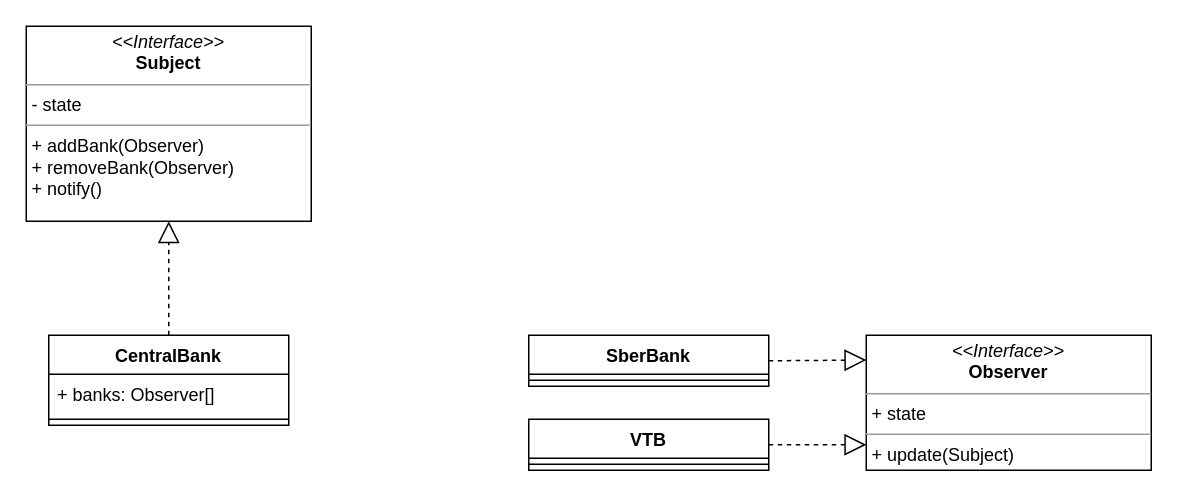
BorisBelovA/IIS-Lectures keeps this draw.io diagram as Patterns/Observer/Observer class diagramm.drawio. Above is the earlier version. Source tidied: cells renumbered, new cells numbered last; positions are measured from the earlier drawing's top-left corner, leaving out a move shared by most shapes. Both pictures are drawn from the tidied source at 150%, with x=0, y=0 at pixel (26, 26).
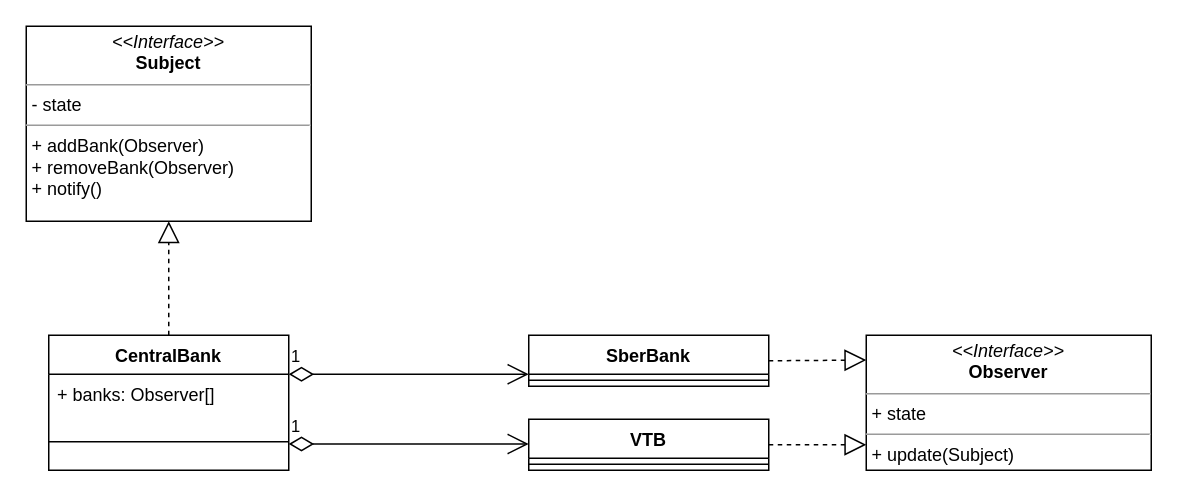
The same page after the edit.

Commit message:
Обновлена диаграмма классов

Change to the diagram source:
```diff
@@
 <mxGraphModel background="#ffffff">
   <root>
     <mxCell id="0" />
     <mxCell id="1" parent="0" />
     <mxCell id="2" value="&lt;p style=&quot;margin: 0px ; margin-top: 4px ; text-align: center&quot;&gt;&lt;i&gt;&amp;lt;&amp;lt;Interface&amp;gt;&amp;gt;&lt;/i&gt;&lt;br&gt;&lt;b&gt;Subject&lt;/b&gt;&lt;/p&gt;&lt;hr size=&quot;1&quot;&gt;&lt;p style=&quot;margin: 0px ; margin-left: 4px&quot;&gt;- state&lt;br&gt;&lt;/p&gt;&lt;hr size=&quot;1&quot;&gt;&lt;p style=&quot;margin: 0px ; margin-left: 4px&quot;&gt;+ addBank(Observer)&lt;br&gt;+ removeBank(Observer)&lt;/p&gt;&lt;p style=&quot;margin: 0px ; margin-left: 4px&quot;&gt;+ notify()&lt;/p&gt;" style="verticalAlign=top;align=left;overflow=fill;fontSize=12;fontFamily=Helvetica;html=1;" parent="1" vertex="1">
       <mxGeometry width="190" height="130" as="geometry" />
     </mxCell>
     <mxCell id="3" value="&lt;p style=&quot;margin: 0px ; margin-top: 4px ; text-align: center&quot;&gt;&lt;i&gt;&amp;lt;&amp;lt;Interface&amp;gt;&amp;gt;&lt;/i&gt;&lt;br&gt;&lt;b&gt;Observer&lt;/b&gt;&lt;/p&gt;&lt;hr size=&quot;1&quot;&gt;&lt;p style=&quot;margin: 0px ; margin-left: 4px&quot;&gt;+ state&lt;/p&gt;&lt;hr size=&quot;1&quot;&gt;&lt;p style=&quot;margin: 0px ; margin-left: 4px&quot;&gt;+ update(Subject)&lt;/p&gt;" style="verticalAlign=top;align=left;overflow=fill;fontSize=12;fontFamily=Helvetica;html=1;" parent="1" vertex="1">
       <mxGeometry x="560" y="206" width="190" height="90" as="geometry" />
     </mxCell>
     <mxCell id="4" value="CentralBank" style="swimlane;fontStyle=1;align=center;verticalAlign=top;horizontal=1;startSize=26;" parent="1" vertex="1">
-      <mxGeometry x="15" y="206" width="160" height="60" as="geometry" />
+      <mxGeometry x="15" y="206" width="160" height="90" as="geometry" />
     </mxCell>
     <mxCell id="5" value="+ banks: Observer[]" style="text;strokeColor=none;fillColor=none;align=left;verticalAlign=top;spacingLeft=4;spacingRight=4;overflow=hidden;" parent="4" vertex="1">
       <mxGeometry y="26" width="160" height="26" as="geometry" />
     </mxCell>
     <mxCell id="6" style="line;strokeWidth=1;fillColor=none;align=left;verticalAlign=middle;spacingTop=-1;spacingLeft=3;spacingRight=3;labelPosition=right;" parent="4" vertex="1">
-      <mxGeometry y="52" width="160" height="8" as="geometry" />
+      <mxGeometry y="52" width="160" height="38" as="geometry" />
     </mxCell>
     <mxCell id="7" style="endArrow=block;dashed=1;endFill=0;endSize=12;html=1;entryX=0.5;entryY=1;entryDx=0;entryDy=0;exitX=0.5;exitY=0;exitDx=0;exitDy=0;" parent="1" edge="1" source="4" target="2">
       <mxGeometry relative="1" as="geometry" />
     </mxCell>
     <mxCell id="8" value="SberBank" style="swimlane;fontStyle=1;align=center;verticalAlign=top;horizontal=1;startSize=26;" parent="1" vertex="1">
       <mxGeometry x="335" y="206" width="160" height="34" as="geometry" />
     </mxCell>
     <mxCell id="9" style="line;strokeWidth=1;fillColor=none;align=left;verticalAlign=middle;spacingTop=-1;spacingLeft=3;spacingRight=3;labelPosition=right;" parent="8" vertex="1">
       <mxGeometry y="26" width="160" height="8" as="geometry" />
     </mxCell>
     <mxCell id="10" value="VTB" style="swimlane;fontStyle=1;align=center;verticalAlign=top;horizontal=1;startSize=26;" parent="1" vertex="1">
       <mxGeometry x="335" y="262" width="160" height="34" as="geometry" />
     </mxCell>
     <mxCell id="11" style="line;strokeWidth=1;fillColor=none;align=left;verticalAlign=middle;spacingTop=-1;spacingLeft=3;spacingRight=3;labelPosition=right;" parent="10" vertex="1">
       <mxGeometry y="26" width="160" height="8" as="geometry" />
     </mxCell>
     <mxCell id="12" style="endArrow=block;dashed=1;endFill=0;endSize=12;html=1;exitX=1;exitY=0.5;exitDx=0;exitDy=0;entryX=0;entryY=0.184;entryDx=0;entryDy=0;entryPerimeter=0;" parent="1" edge="1" source="8" target="3">
       <mxGeometry relative="1" as="geometry" />
     </mxCell>
     <mxCell id="13" style="endArrow=block;dashed=1;endFill=0;endSize=12;html=1;exitX=1;exitY=0.5;exitDx=0;exitDy=0;entryX=0;entryY=0.811;entryDx=0;entryDy=0;entryPerimeter=0;" parent="1" edge="1" source="10" target="3">
       <mxGeometry relative="1" as="geometry" />
     </mxCell>
+    <mxCell id="14" value="1" style="endArrow=open;html=1;endSize=12;startArrow=diamondThin;startSize=14;startFill=0;edgeStyle=orthogonalEdgeStyle;align=left;verticalAlign=bottom;" parent="1" edge="1">
+      <mxGeometry x="-1" y="3" relative="1" as="geometry">
+        <mxPoint x="175" y="232" as="sourcePoint" />
+        <mxPoint x="335" y="232" as="targetPoint" />
+      </mxGeometry>
+    </mxCell>
+    <mxCell id="15" value="1" style="endArrow=open;html=1;endSize=12;startArrow=diamondThin;startSize=14;startFill=0;edgeStyle=orthogonalEdgeStyle;align=left;verticalAlign=bottom;" parent="1" edge="1">
+      <mxGeometry x="-1" y="3" relative="1" as="geometry">
+        <mxPoint x="175" y="278.5" as="sourcePoint" />
+        <mxPoint x="335" y="278.5" as="targetPoint" />
+      </mxGeometry>
+    </mxCell>
   </root>
 </mxGraphModel>
```
